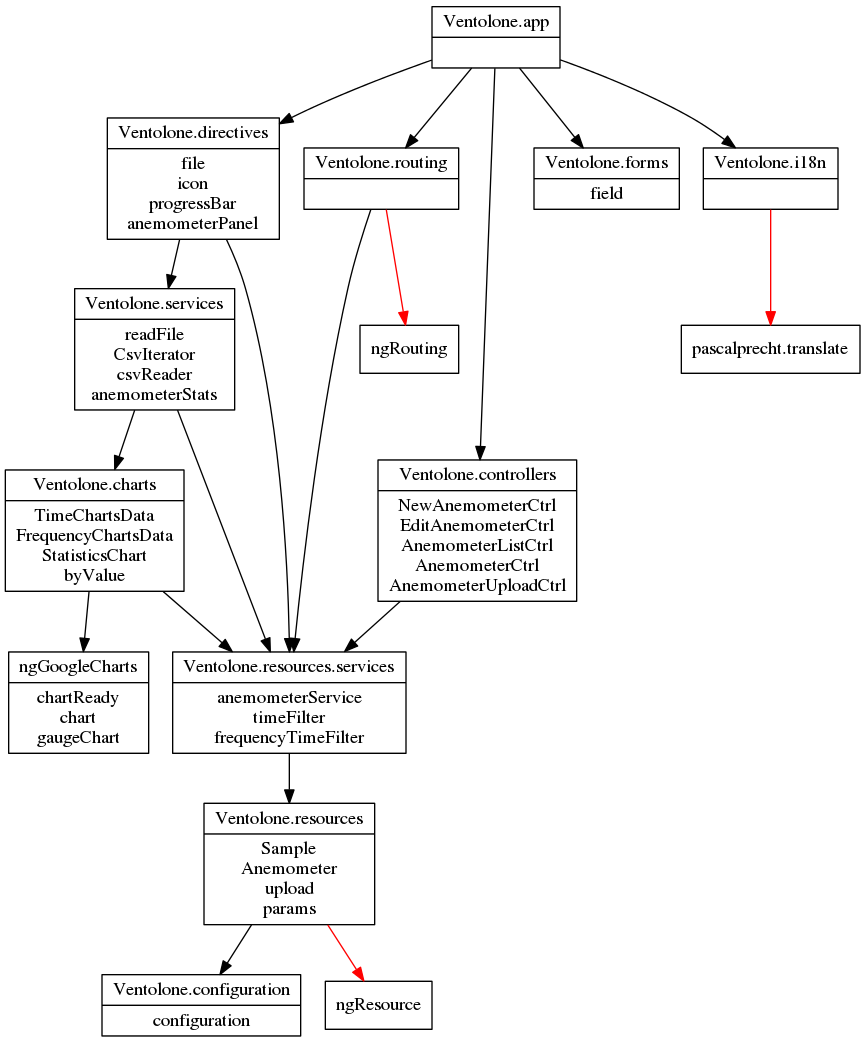
This is dependencies-graph.png from VentolONE/ventolone-app, a Graphviz export, as it was before one commit. Its source is kept beside it as dependencies-graph.dot.
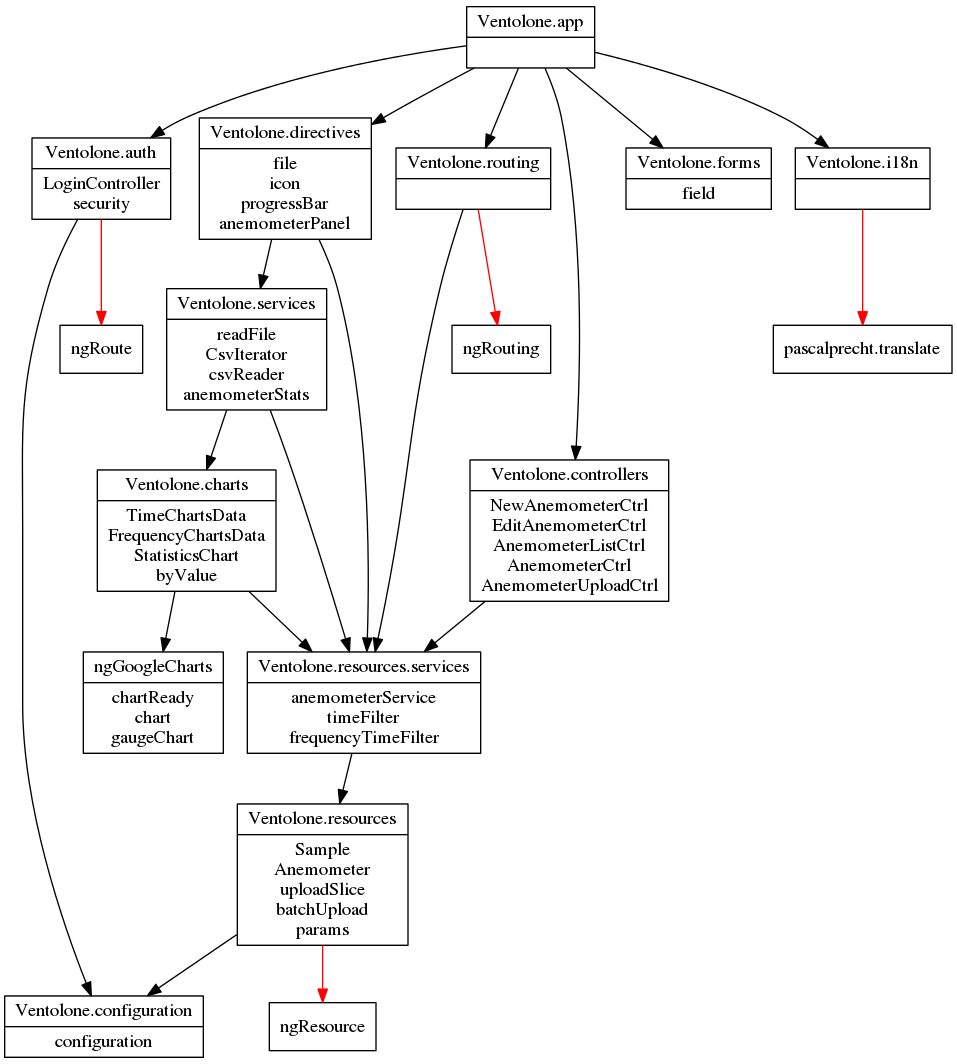
After the change.

Commit message:
updated dependencies graph

What changed in the source:
```diff
@@ -1,5 +1,6 @@
 digraph dependencies{
   node[shape="record"]
+  "Ventolone.auth"[label="{Ventolone.auth|LoginController\nsecurity}"]
   "Ventolone.charts"[label="{Ventolone.charts|TimeChartsData\nFrequencyChartsData\nStatisticsChart\nbyValue}"]
   "Ventolone.configuration"[label="{Ventolone.configuration|configuration}"]
   "Ventolone.controllers"[label="{Ventolone.controllers|NewAnemometerCtrl\nEditAnemometerCtrl\nAnemometerListCtrl\nAnemometerCtrl\nAnemometerUploadCtrl}"]
@@ -9,11 +10,13 @@
   "Ventolone.i18n"[label="{Ventolone.i18n|}"]
   "Ventolone.app"[label="{Ventolone.app|}"]
   "Ventolone.resources.services"[label="{Ventolone.resources.services|anemometerService\ntimeFilter\nfrequencyTimeFilter}"]
-  "Ventolone.resources"[label="{Ventolone.resources|Sample\nAnemometer\nupload\nparams}"]
+  "Ventolone.resources"[label="{Ventolone.resources|Sample\nAnemometer\nuploadSlice\nbatchUpload\nparams}"]
   "Ventolone.routing"[label="{Ventolone.routing|}"]
   "Ventolone.services"[label="{Ventolone.services|readFile\nCsvIterator\ncsvReader\nanemometerStats}"]
 
 
+  "Ventolone.auth" -> "Ventolone.configuration"  [color="black"]
+  "Ventolone.auth" -> "ngRoute"  [color="red"]
   "Ventolone.charts" -> "ngGoogleCharts"  [color="black"]
   "Ventolone.charts" -> "Ventolone.resources.services"  [color="black"]
   "Ventolone.controllers" -> "Ventolone.resources.services"  [color="black"]
@@ -25,6 +28,7 @@
   "Ventolone.app" -> "Ventolone.routing"  [color="black"]
   "Ventolone.app" -> "Ventolone.i18n"  [color="black"]
   "Ventolone.app" -> "Ventolone.forms"  [color="black"]
+  "Ventolone.app" -> "Ventolone.auth"  [color="black"]
   "Ventolone.resources.services" -> "Ventolone.resources"  [color="black"]
   "Ventolone.resources" -> "ngResource"  [color="red"]
   "Ventolone.resources" -> "Ventolone.configuration"  [color="black"]
```
